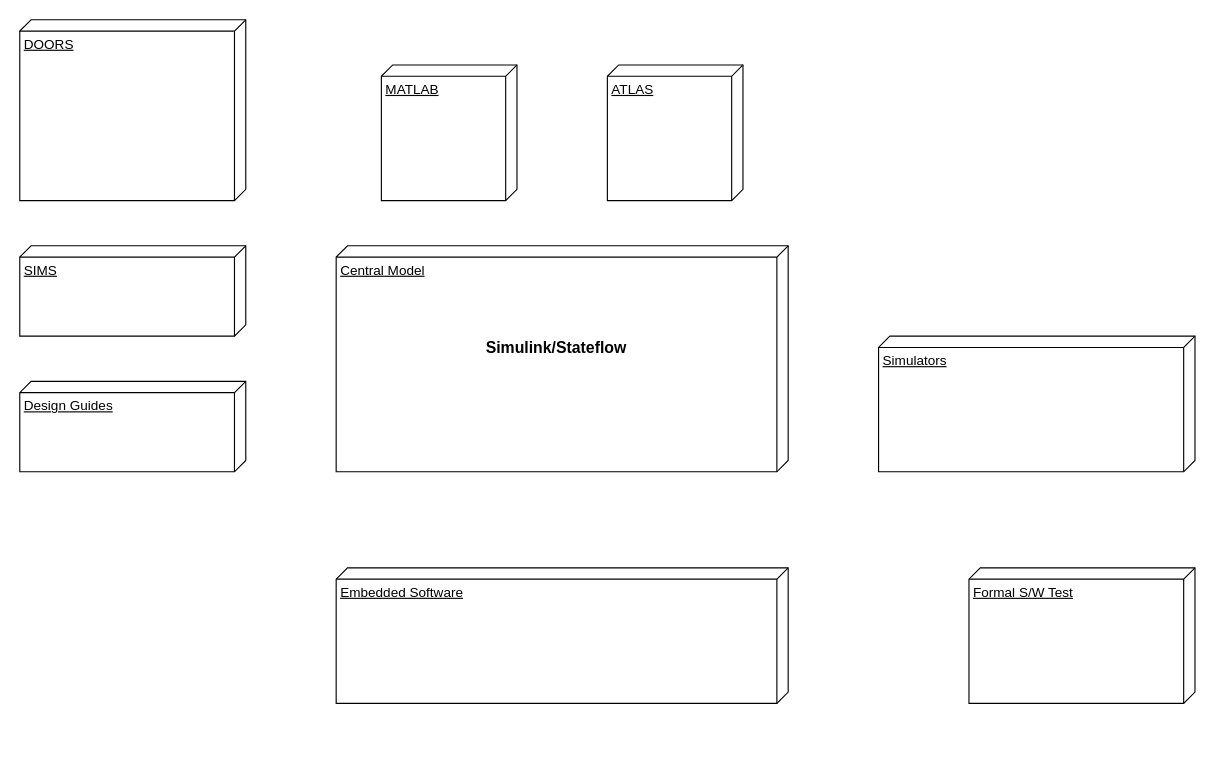
Earlier version of the draw.io diagram page "model-based-development-process" (2 of 2) of MBSE/CAS/Drawio/model-based-development-process.drawio (robotics-intelligent-systems/jfxosms). Source tidied: cells renumbered, new cells numbered last; positions are measured from the earlier drawing's top-left corner, leaving out a move shared by most shapes. Both pictures are drawn from the tidied source at 113%, with x=0, y=0 at pixel (19, 19).
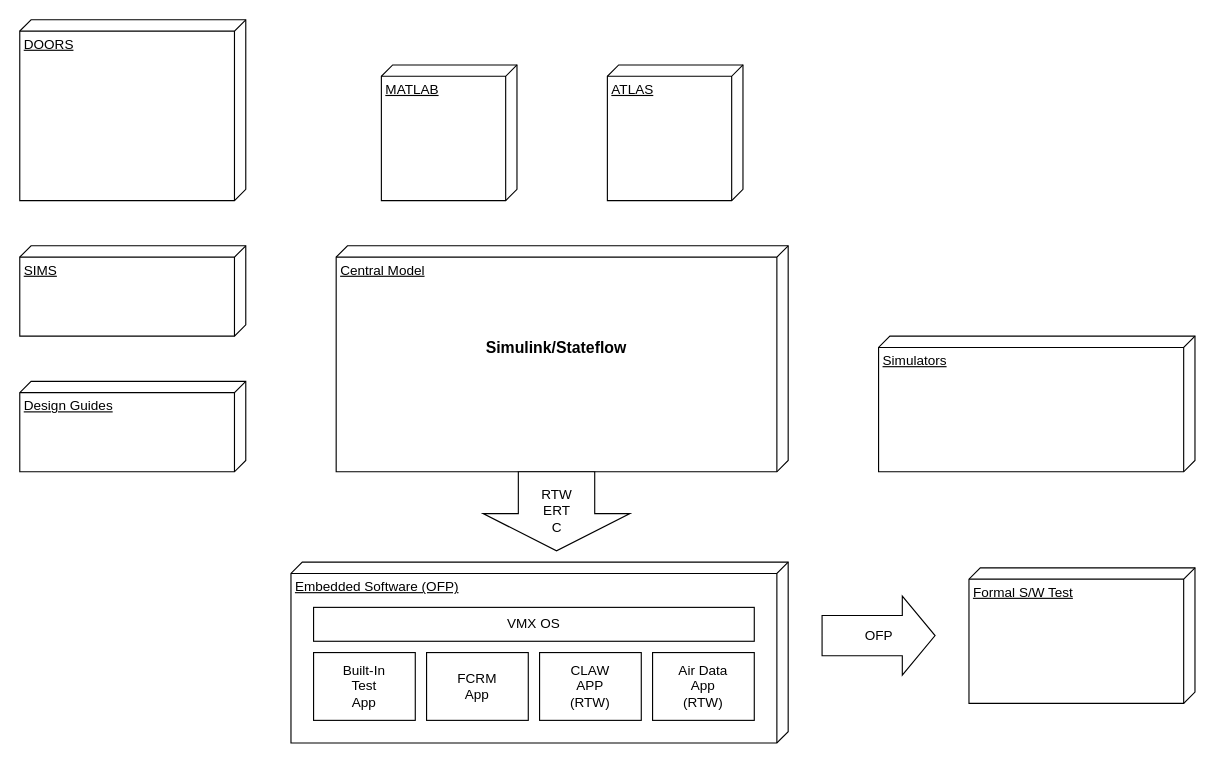
The same page after the edit.

What changed in the source:
```diff
@@
 <mxGraphModel>
   <root>
     <mxCell id="0" />
     <mxCell id="1" parent="0" />
     <mxCell id="2" value="Central Model" style="verticalAlign=top;align=left;spacingTop=8;spacingLeft=2;spacingRight=12;shape=cube;size=10;direction=south;fontStyle=4;html=1;whiteSpace=wrap;" parent="1" vertex="1">
       <mxGeometry x="280" y="200" width="400" height="200" as="geometry" />
     </mxCell>
     <mxCell id="3" value="&lt;b&gt;&lt;font style=&quot;font-size: 14px;&quot;&gt;Simulink/Stateflow&lt;/font&gt;&lt;/b&gt;" style="text;html=1;align=center;verticalAlign=middle;whiteSpace=wrap;rounded=0;" parent="1" vertex="1">
       <mxGeometry x="280" y="260" width="390" height="60" as="geometry" />
     </mxCell>
-    <mxCell id="4" value="Embedded Software" style="verticalAlign=top;align=left;spacingTop=8;spacingLeft=2;spacingRight=12;shape=cube;size=10;direction=south;fontStyle=4;html=1;whiteSpace=wrap;" parent="1" vertex="1">
-      <mxGeometry x="280" y="485" width="400" height="120" as="geometry" />
+    <mxCell id="4" value="Embedded Software (OFP)" style="verticalAlign=top;align=left;spacingTop=8;spacingLeft=2;spacingRight=12;shape=cube;size=10;direction=south;fontStyle=4;html=1;whiteSpace=wrap;" parent="1" vertex="1">
+      <mxGeometry x="240" y="480" width="440" height="160" as="geometry" />
     </mxCell>
     <mxCell id="5" value="Simulators" style="verticalAlign=top;align=left;spacingTop=8;spacingLeft=2;spacingRight=12;shape=cube;size=10;direction=south;fontStyle=4;html=1;whiteSpace=wrap;" parent="1" vertex="1">
       <mxGeometry x="760" y="280" width="280" height="120" as="geometry" />
     </mxCell>
     <mxCell id="6" value="MATLAB" style="verticalAlign=top;align=left;spacingTop=8;spacingLeft=2;spacingRight=12;shape=cube;size=10;direction=south;fontStyle=4;html=1;whiteSpace=wrap;" parent="1" vertex="1">
       <mxGeometry x="320" y="40" width="120" height="120" as="geometry" />
     </mxCell>
     <mxCell id="7" value="ATLAS" style="verticalAlign=top;align=left;spacingTop=8;spacingLeft=2;spacingRight=12;shape=cube;size=10;direction=south;fontStyle=4;html=1;whiteSpace=wrap;" parent="1" vertex="1">
       <mxGeometry x="520" y="40" width="120" height="120" as="geometry" />
     </mxCell>
     <mxCell id="8" value="Formal S/W Test" style="verticalAlign=top;align=left;spacingTop=8;spacingLeft=2;spacingRight=12;shape=cube;size=10;direction=south;fontStyle=4;html=1;whiteSpace=wrap;" parent="1" vertex="1">
       <mxGeometry x="840" y="485" width="200" height="120" as="geometry" />
     </mxCell>
     <mxCell id="9" value="DOORS" style="verticalAlign=top;align=left;spacingTop=8;spacingLeft=2;spacingRight=12;shape=cube;size=10;direction=south;fontStyle=4;html=1;whiteSpace=wrap;" parent="1" vertex="1">
       <mxGeometry width="200" height="160" as="geometry" />
     </mxCell>
     <mxCell id="10" value="SIMS" style="verticalAlign=top;align=left;spacingTop=8;spacingLeft=2;spacingRight=12;shape=cube;size=10;direction=south;fontStyle=4;html=1;whiteSpace=wrap;" parent="1" vertex="1">
       <mxGeometry y="200" width="200" height="80" as="geometry" />
     </mxCell>
     <mxCell id="11" value="Design Guides" style="verticalAlign=top;align=left;spacingTop=8;spacingLeft=2;spacingRight=12;shape=cube;size=10;direction=south;fontStyle=4;html=1;whiteSpace=wrap;" parent="1" vertex="1">
       <mxGeometry y="320" width="200" height="80" as="geometry" />
     </mxCell>
+    <mxCell id="12" value="RTW&lt;br&gt;ERT&lt;br&gt;C" style="html=1;shadow=0;dashed=0;align=center;verticalAlign=middle;shape=mxgraph.arrows2.arrow;dy=0.48;dx=33;direction=south;notch=0;" parent="1" vertex="1">
+      <mxGeometry x="410" y="400" width="130" height="70" as="geometry" />
+    </mxCell>
+    <mxCell id="13" value="OFP" style="html=1;shadow=0;dashed=0;align=center;verticalAlign=middle;shape=mxgraph.arrows2.arrow;dy=0.49;dx=29;notch=0;" parent="1" vertex="1">
+      <mxGeometry x="710" y="510" width="100" height="70" as="geometry" />
+    </mxCell>
+    <mxCell id="14" value="VMX OS" style="rounded=0;whiteSpace=wrap;html=1;" parent="1" vertex="1">
+      <mxGeometry x="260" y="520" width="390" height="30" as="geometry" />
+    </mxCell>
+    <mxCell id="15" value="Built-In&lt;br&gt;Test&lt;br&gt;App" style="rounded=0;whiteSpace=wrap;html=1;" parent="1" vertex="1">
+      <mxGeometry x="260" y="560" width="90" height="60" as="geometry" />
+    </mxCell>
+    <mxCell id="16" value="FCRM&lt;br&gt;App" style="rounded=0;whiteSpace=wrap;html=1;" parent="1" vertex="1">
+      <mxGeometry x="360" y="560" width="90" height="60" as="geometry" />
+    </mxCell>
+    <mxCell id="17" value="CLAW&lt;br&gt;APP&lt;br&gt;(RTW)" style="rounded=0;whiteSpace=wrap;html=1;" parent="1" vertex="1">
+      <mxGeometry x="460" y="560" width="90" height="60" as="geometry" />
+    </mxCell>
+    <mxCell id="18" value="Air Data&lt;br&gt;App&lt;br&gt;(RTW)" style="rounded=0;whiteSpace=wrap;html=1;" parent="1" vertex="1">
+      <mxGeometry x="560" y="560" width="90" height="60" as="geometry" />
+    </mxCell>
   </root>
 </mxGraphModel>
```
